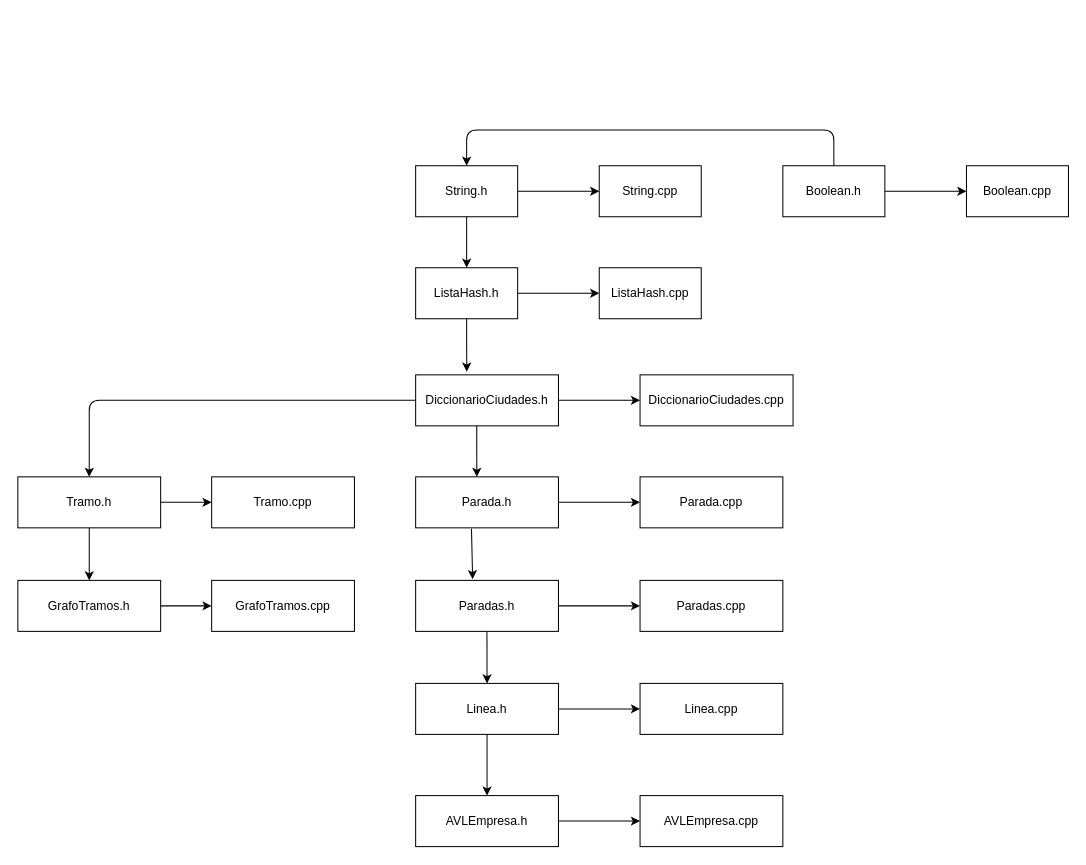
The draw.io diagram Documentacion/Diagrama modificable.drawio in mathiaspouso18/obligatorioP3, before the edit. Source tidied: cells renumbered, new cells numbered last; positions are measured from the earlier drawing's top-left corner, leaving out a move shared by most shapes. Both pictures are drawn from the tidied source at 102%, with x=0, y=0 at pixel (17, 130).
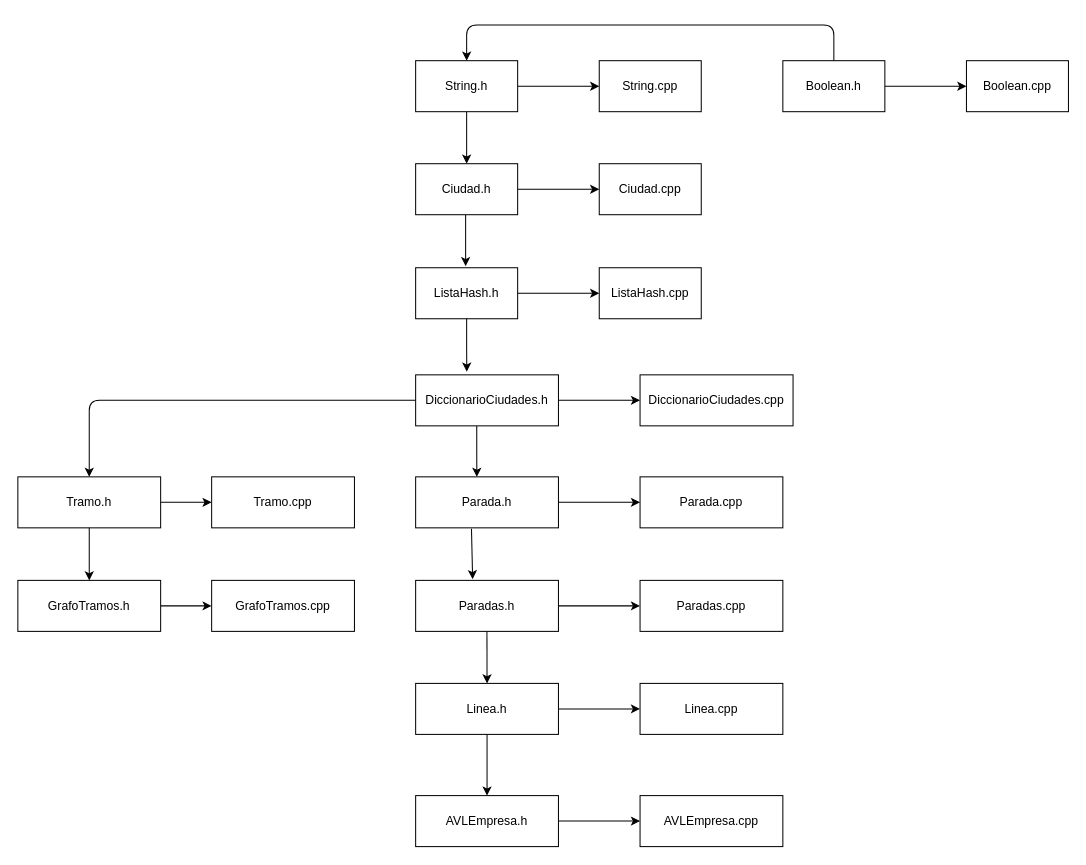
After the change.

Commit message (it also covers changes not shown here):
Se modifica el nombre de la lista y se agregan las primitivas del diccionario. Se crea el struct de ciudad.

Unchanged cells that the change refers to:
```xml
<mxCell id="9" value="ListaHash.h" style="rounded=0;whiteSpace=wrap;html=1;" parent="1" vertex="1">
  <mxGeometry x="390" y="135" width="100" height="50" as="geometry" />
</mxCell>
```

Diff of the diagram source:
```diff
@@
     <mxCell id="3" value="Boolean.h" style="rounded=0;whiteSpace=wrap;html=1;" parent="1" vertex="1">
-      <mxGeometry x="750" y="35" width="100" height="50" as="geometry" />
+      <mxGeometry x="750" y="-68" width="100" height="50" as="geometry" />
     </mxCell>
     <mxCell id="4" value="Boolean.cpp" style="rounded=0;whiteSpace=wrap;html=1;" parent="1" vertex="1">
-      <mxGeometry x="930" y="35" width="100" height="50" as="geometry" />
+      <mxGeometry x="930" y="-68" width="100" height="50" as="geometry" />
     </mxCell>
@@
     <mxCell id="6" value="String.h" style="rounded=0;whiteSpace=wrap;html=1;" parent="1" vertex="1">
-      <mxGeometry x="390" y="35" width="100" height="50" as="geometry" />
+      <mxGeometry x="390" y="-68" width="100" height="50" as="geometry" />
     </mxCell>
     <mxCell id="7" value="String.cpp" style="rounded=0;whiteSpace=wrap;html=1;" parent="1" vertex="1">
-      <mxGeometry x="570" y="35" width="100" height="50" as="geometry" />
+      <mxGeometry x="570" y="-68" width="100" height="50" as="geometry" />
     </mxCell>
@@
     <mxCell id="32" style="endArrow=classic;html=1;exitX=0.5;exitY=0;exitDx=0;exitDy=0;entryX=0.5;entryY=0;entryDx=0;entryDy=0;" parent="1" edge="1" source="3" target="6">
       <mxGeometry relative="1" as="geometry">
         <Array as="points">
-          <mxPoint x="800" />
-          <mxPoint x="440" />
+          <mxPoint x="800" y="-103" />
+          <mxPoint x="440" y="-103" />
         </Array>
       </mxGeometry>
     </mxCell>
-    <mxCell id="33" style="edgeStyle=orthogonalEdgeStyle;rounded=0;jettySize=auto;html=1;exitX=0.5;exitY=1;exitDx=0;exitDy=0;entryX=0.5;entryY=0;entryDx=0;entryDy=0;" parent="1" edge="1" source="6" target="9">
-      <mxGeometry relative="1" as="geometry" />
+    <mxCell id="33" style="edgeStyle=orthogonalEdgeStyle;rounded=0;jettySize=auto;html=1;exitX=0.5;exitY=1;exitDx=0;exitDy=0;" parent="1" edge="1" source="6">
+      <mxGeometry relative="1" as="geometry">
+        <mxPoint x="440" y="33" as="targetPoint" />
+      </mxGeometry>
     </mxCell>
@@
+    <mxCell id="41" style="edgeStyle=orthogonalEdgeStyle;rounded=0;jettySize=auto;html=1;" parent="1" edge="1" source="42" target="43">
+      <mxGeometry relative="1" as="geometry" />
+    </mxCell>
+    <mxCell id="42" value="Ciudad.h" style="rounded=0;whiteSpace=wrap;html=1;" parent="1" vertex="1">
+      <mxGeometry x="390" y="33" width="100" height="50" as="geometry" />
+    </mxCell>
+    <mxCell id="43" value="Ciudad.cpp" style="rounded=0;whiteSpace=wrap;html=1;" parent="1" vertex="1">
+      <mxGeometry x="570" y="33" width="100" height="50" as="geometry" />
+    </mxCell>
+    <mxCell id="44" style="edgeStyle=orthogonalEdgeStyle;rounded=0;orthogonalLoop=1;jettySize=auto;html=1;exitX=0.5;exitY=1;exitDx=0;exitDy=0;" parent="1" edge="1">
+      <mxGeometry relative="1" as="geometry">
+        <mxPoint x="439" y="83.2" as="sourcePoint" />
+        <mxPoint x="439" y="133.5" as="targetPoint" />
+      </mxGeometry>
+    </mxCell>
```
